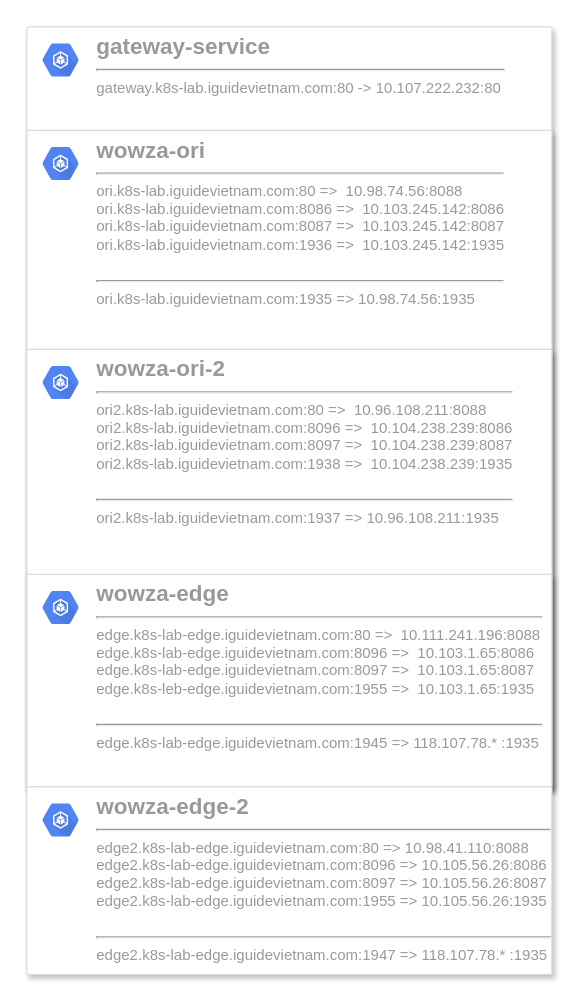
Earlier version of the draw.io diagram page "test" (1 of 2) of service workflow/service.drawio (TheMacCuoi/streaming-services-structure). Source tidied: cells renumbered, new cells numbered last; positions are measured from the earlier drawing's top-left corner, leaving out a move shared by most shapes. Both pictures are drawn from the tidied source at 125%, with x=0, y=0 at pixel (26, 26).
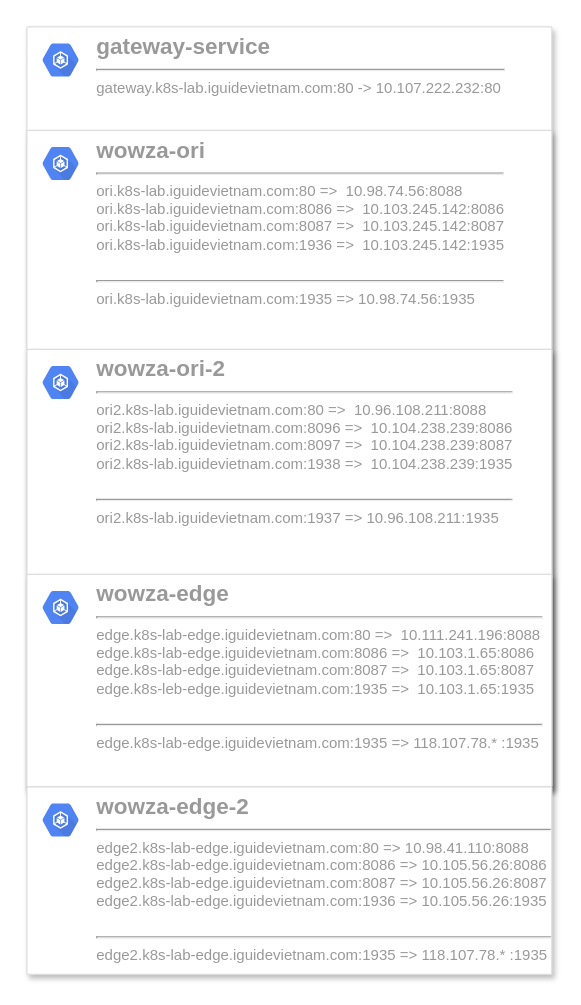
Above is the later version.

Change to the diagram source:
```diff
@@
 <mxGraphModel>
   <root>
     <mxCell id="0" />
     <mxCell id="1" parent="0" />
     <mxCell id="2" style="strokeColor=#dddddd;fillColor=#ffffff;shadow=1;strokeWidth=1;rounded=1;absoluteArcSize=1;arcSize=2;fontSize=11;fontColor=#9E9E9E;align=center;html=1;" parent="1" vertex="1">
       <mxGeometry width="420" height="610" as="geometry" />
     </mxCell>
     <mxCell id="3" value="&lt;b&gt;&lt;font style=&quot;font-size: 18px;&quot;&gt;gateway-service&lt;/font&gt;&lt;/b&gt;&lt;br&gt;&lt;hr&gt;gateway.k8s-lab.iguidevietnam.com:80 -&amp;gt;&amp;nbsp;10.107.222.232:80&amp;nbsp;" style="dashed=0;html=1;fillColor=#5184F3;strokeColor=none;shape=mxgraph.gcp2.hexIcon;prIcon=container_engine;labelPosition=right;verticalLabelPosition=middle;align=left;verticalAlign=top;spacingLeft=5;fontColor=#999999;fontSize=12;spacingTop=-8;" parent="2" vertex="1">
       <mxGeometry width="44" height="39" relative="1" as="geometry">
         <mxPoint x="5" y="7" as="offset" />
       </mxGeometry>
     </mxCell>
     <mxCell id="4" style="strokeColor=#dddddd;fillColor=#ffffff;shadow=1;strokeWidth=1;rounded=1;absoluteArcSize=1;arcSize=2;fontSize=11;fontColor=#9E9E9E;align=center;html=1;" parent="2" vertex="1">
       <mxGeometry y="82.8" width="420" height="527.2" as="geometry" />
     </mxCell>
     <mxCell id="5" value="&lt;b&gt;&lt;font style=&quot;&quot;&gt;&lt;font style=&quot;font-size: 18px;&quot;&gt;wowza-ori&lt;/font&gt;&lt;br&gt;&lt;/font&gt;&lt;/b&gt;&lt;hr&gt;ori.k8s-lab.iguidevietnam.com:80 =&amp;gt;&amp;nbsp; 10.98.74.56:8088&lt;br&gt;ori.k8s-lab.iguidevietnam.com:8086 =&amp;gt;&amp;nbsp; 10.103.245.142:8086&lt;br&gt;ori.k8s-lab.iguidevietnam.com:8087 =&amp;gt;&amp;nbsp; 10.103.245.142:8087&lt;br&gt;ori.k8s-lab.iguidevietnam.com:1936 =&amp;gt;&amp;nbsp; 10.103.245.142:1935&lt;br&gt;&lt;br style=&quot;border-color: var(--border-color);&quot;&gt;&lt;hr style=&quot;border-color: var(--border-color);&quot;&gt;ori.k8s-lab.iguidevietnam.com:1935 =&amp;gt;&amp;nbsp;10.98.74.56:1935&amp;nbsp;" style="dashed=0;html=1;fillColor=#5184F3;strokeColor=none;shape=mxgraph.gcp2.hexIcon;prIcon=container_engine;labelPosition=right;verticalLabelPosition=middle;align=left;verticalAlign=top;spacingLeft=5;fontColor=#999999;fontSize=12;spacingTop=-8;" parent="4" vertex="1">
       <mxGeometry width="44" height="39" relative="1" as="geometry">
         <mxPoint x="5" y="7" as="offset" />
       </mxGeometry>
     </mxCell>
     <mxCell id="6" style="strokeColor=#dddddd;fillColor=#ffffff;shadow=1;strokeWidth=1;rounded=1;absoluteArcSize=1;arcSize=2;fontSize=11;fontColor=#9E9E9E;align=center;html=1;" parent="4" vertex="1">
       <mxGeometry y="175.2" width="420" height="350" as="geometry" />
     </mxCell>
     <mxCell id="7" value="&lt;b&gt;&lt;font style=&quot;&quot;&gt;&lt;font style=&quot;font-size: 18px;&quot;&gt;wowza-ori-2&lt;/font&gt;&lt;br&gt;&lt;/font&gt;&lt;/b&gt;&lt;hr&gt;ori2.k8s-lab.iguidevietnam.com:80 =&amp;gt;&amp;nbsp;&amp;nbsp;10.96.108.211:8088&lt;br&gt;ori2.k8s-lab.iguidevietnam.com:8096 =&amp;gt;&amp;nbsp; 10.104.238.239:8086&lt;br&gt;ori2.k8s-lab.iguidevietnam.com:8097 =&amp;gt;&amp;nbsp; 10.104.238.239:8087&lt;br&gt;ori2.k8s-lab.iguidevietnam.com:1938 =&amp;gt;&amp;nbsp; 10.104.238.239:1935&lt;br&gt;&lt;br style=&quot;border-color: var(--border-color);&quot;&gt;&lt;hr style=&quot;border-color: var(--border-color);&quot;&gt;ori2.k8s-lab.iguidevietnam.com:1937 =&amp;gt; 10.96.108.211:1935&amp;nbsp;" style="dashed=0;html=1;fillColor=#5184F3;strokeColor=none;shape=mxgraph.gcp2.hexIcon;prIcon=container_engine;labelPosition=right;verticalLabelPosition=middle;align=left;verticalAlign=top;spacingLeft=5;fontColor=#999999;fontSize=12;spacingTop=-8;" parent="6" vertex="1">
       <mxGeometry width="44" height="39" relative="1" as="geometry">
         <mxPoint x="5" y="7" as="offset" />
       </mxGeometry>
     </mxCell>
     <mxCell id="8" style="strokeColor=#dddddd;fillColor=#ffffff;shadow=1;strokeWidth=1;rounded=1;absoluteArcSize=1;arcSize=2;fontSize=11;fontColor=#9E9E9E;align=center;html=1;" parent="6" vertex="1">
       <mxGeometry y="180" width="420" height="170" as="geometry" />
     </mxCell>
-    <mxCell id="9" value="&lt;b&gt;&lt;font style=&quot;&quot;&gt;&lt;font style=&quot;font-size: 18px;&quot;&gt;wowza-edge&lt;/font&gt;&lt;br&gt;&lt;/font&gt;&lt;/b&gt;&lt;hr&gt;edge.k8s-lab-edge.iguidevietnam.com:80 =&amp;gt;&amp;nbsp;&amp;nbsp;10.111.241.196:8088&lt;br&gt;edge.k8s-lab-edge.iguidevietnam.com:8096 =&amp;gt;&amp;nbsp; 10.103.1.65:8086&lt;br&gt;edge.k8s-lab-edge.iguidevietnam.com:8097 =&amp;gt;&amp;nbsp; 10.103.1.65:8087&lt;br&gt;edge.k8s-leb-edge.iguidevietnam.com:1955 =&amp;gt;&amp;nbsp;&amp;nbsp;10.103.1.65:1935&lt;br&gt;&lt;br style=&quot;border-color: var(--border-color);&quot;&gt;&lt;hr style=&quot;border-color: var(--border-color);&quot;&gt;edge.k8s-lab-edge.iguidevietnam.com:1945 =&amp;gt; 118.107.78.* :1935&amp;nbsp;" style="dashed=0;html=1;fillColor=#5184F3;strokeColor=none;shape=mxgraph.gcp2.hexIcon;prIcon=container_engine;labelPosition=right;verticalLabelPosition=middle;align=left;verticalAlign=top;spacingLeft=5;fontColor=#999999;fontSize=12;spacingTop=-8;" parent="8" vertex="1">
+    <mxCell id="9" value="&lt;b&gt;&lt;font style=&quot;&quot;&gt;&lt;font style=&quot;font-size: 18px;&quot;&gt;wowza-edge&lt;/font&gt;&lt;br&gt;&lt;/font&gt;&lt;/b&gt;&lt;hr&gt;edge.k8s-lab-edge.iguidevietnam.com:80 =&amp;gt;&amp;nbsp;&amp;nbsp;10.111.241.196:8088&lt;br&gt;edge.k8s-lab-edge.iguidevietnam.com:8086 =&amp;gt;&amp;nbsp; 10.103.1.65:8086&lt;br&gt;edge.k8s-lab-edge.iguidevietnam.com:8087 =&amp;gt;&amp;nbsp; 10.103.1.65:8087&lt;br&gt;edge.k8s-leb-edge.iguidevietnam.com:1935 =&amp;gt;&amp;nbsp;&amp;nbsp;10.103.1.65:1935&lt;br&gt;&lt;br style=&quot;border-color: var(--border-color);&quot;&gt;&lt;hr style=&quot;border-color: var(--border-color);&quot;&gt;edge.k8s-lab-edge.iguidevietnam.com:1935 =&amp;gt; 118.107.78.* :1935&amp;nbsp;" style="dashed=0;html=1;fillColor=#5184F3;strokeColor=none;shape=mxgraph.gcp2.hexIcon;prIcon=container_engine;labelPosition=right;verticalLabelPosition=middle;align=left;verticalAlign=top;spacingLeft=5;fontColor=#999999;fontSize=12;spacingTop=-8;" parent="8" vertex="1">
       <mxGeometry width="44" height="39" relative="1" as="geometry">
         <mxPoint x="5" y="7" as="offset" />
       </mxGeometry>
     </mxCell>
     <mxCell id="10" style="strokeColor=#dddddd;fillColor=#ffffff;shadow=1;strokeWidth=1;rounded=1;absoluteArcSize=1;arcSize=2;fontSize=11;fontColor=#9E9E9E;align=center;html=1;" parent="8" vertex="1">
       <mxGeometry y="170" width="420" height="150" as="geometry" />
     </mxCell>
-    <mxCell id="11" value="&lt;b&gt;&lt;font style=&quot;&quot;&gt;&lt;font style=&quot;font-size: 18px;&quot;&gt;wowza-edge-2&lt;/font&gt;&lt;br&gt;&lt;/font&gt;&lt;/b&gt;&lt;hr&gt;edge2.k8s-lab-edge.iguidevietnam.com:80 =&amp;gt; 10.98.41.110:8088&lt;br&gt;edge2.k8s-lab-edge.iguidevietnam.com:8096 =&amp;gt; 10.105.56.26:8086&lt;br&gt;edge2.k8s-lab-edge.iguidevietnam.com:8097 =&amp;gt;&amp;nbsp;10.105.56.26:8087&lt;br&gt;edge2.k8s-lab-edge.iguidevietnam.com:1955 =&amp;gt; 10.105.56.26:1935&lt;br&gt;&lt;br style=&quot;border-color: var(--border-color);&quot;&gt;&lt;hr style=&quot;border-color: var(--border-color);&quot;&gt;edge2.k8s-lab-edge.iguidevietnam.com:1947 =&amp;gt; 118.107.78.* :1935&amp;nbsp;" style="dashed=0;html=1;fillColor=#5184F3;strokeColor=none;shape=mxgraph.gcp2.hexIcon;prIcon=container_engine;labelPosition=right;verticalLabelPosition=middle;align=left;verticalAlign=top;spacingLeft=5;fontColor=#999999;fontSize=12;spacingTop=-8;" parent="10" vertex="1">
+    <mxCell id="11" value="&lt;b&gt;&lt;font style=&quot;&quot;&gt;&lt;font style=&quot;font-size: 18px;&quot;&gt;wowza-edge-2&lt;/font&gt;&lt;br&gt;&lt;/font&gt;&lt;/b&gt;&lt;hr&gt;edge2.k8s-lab-edge.iguidevietnam.com:80 =&amp;gt; 10.98.41.110:8088&lt;br&gt;edge2.k8s-lab-edge.iguidevietnam.com:8086 =&amp;gt; 10.105.56.26:8086&lt;br&gt;edge2.k8s-lab-edge.iguidevietnam.com:8087 =&amp;gt;&amp;nbsp;10.105.56.26:8087&lt;br&gt;edge2.k8s-lab-edge.iguidevietnam.com:1936 =&amp;gt; 10.105.56.26:1935&lt;br&gt;&lt;br style=&quot;border-color: var(--border-color);&quot;&gt;&lt;hr style=&quot;border-color: var(--border-color);&quot;&gt;edge2.k8s-lab-edge.iguidevietnam.com:1935 =&amp;gt; 118.107.78.* :1935&amp;nbsp;" style="dashed=0;html=1;fillColor=#5184F3;strokeColor=none;shape=mxgraph.gcp2.hexIcon;prIcon=container_engine;labelPosition=right;verticalLabelPosition=middle;align=left;verticalAlign=top;spacingLeft=5;fontColor=#999999;fontSize=12;spacingTop=-8;" parent="10" vertex="1">
       <mxGeometry width="44" height="39" relative="1" as="geometry">
         <mxPoint x="5" y="7" as="offset" />
       </mxGeometry>
     </mxCell>
   </root>
 </mxGraphModel>
```
